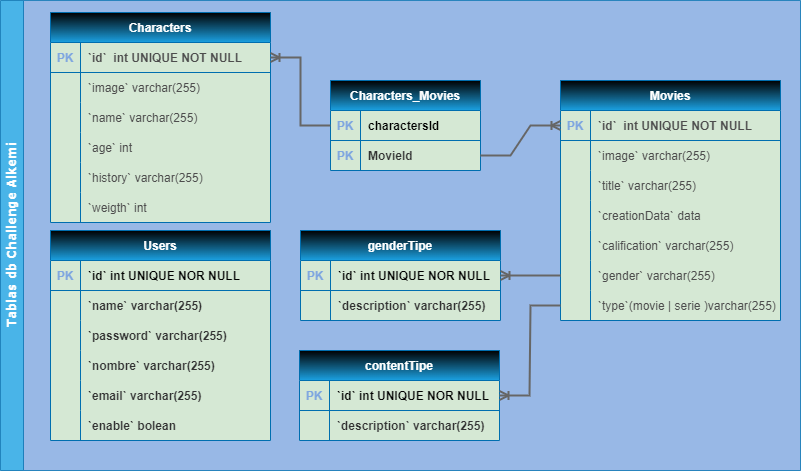
Above: db.png in alekusa/Alkemy_Challenge_NodeJs (draw.io), before the change. Source tidied: cells renumbered, new cells last; positions are measured from the earlier drawing's top-left corner, leaving out a move shared by most shapes.
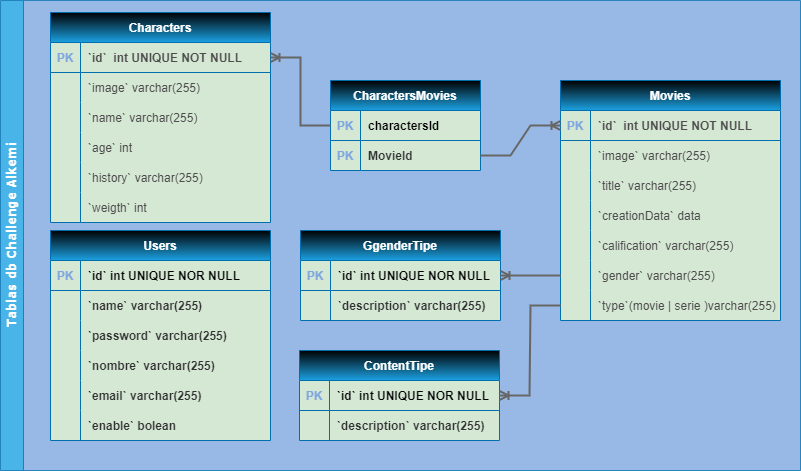
Later version of the same file.

What changed in the source:
```diff
@@ -5,7 +5,7 @@
     <mxCell id="2" value="Tablas db Challenge Alkemi" style="swimlane;horizontal=0;whiteSpace=wrap;html=1;fontFamily=Verdana;glass=0;opacity=80;fillColor=#1ba1e2;strokeColor=#006EAF;fillStyle=auto;swimlaneFillColor=#7EA6E0;startSize=23;gradientDirection=north;fontColor=#ffffff;swimlaneLine=1;" parent="1" vertex="1">
       <mxGeometry width="800" height="470" as="geometry" />
     </mxCell>
-    <mxCell id="3" value="Characters_Movies" style="shape=table;startSize=30;rowLines=0;fontStyle=1;align=center;gradientDirection=north;swimlaneFillColor=#D5E8D4;fontColor=#ffffff;fillColor=#1ba1e2;strokeColor=#006EAF;gradientColor=default;" parent="2" vertex="1">
+    <mxCell id="3" value="CharactersMovies" style="shape=table;startSize=30;rowLines=0;fontStyle=1;align=center;gradientDirection=north;swimlaneFillColor=#D5E8D4;fontColor=#ffffff;fillColor=#1ba1e2;strokeColor=#006EAF;gradientColor=default;" parent="2" vertex="1">
       <mxGeometry x="330" y="80" width="150" height="90" as="geometry" />
     </mxCell>
     <mxCell id="4" style="shape=tableRow;horizontal=0;startSize=0;swimlaneHead=0;swimlaneBody=0;fillColor=none;points=[[0,0.5],[1,0.5]];portConstraint=eastwest;strokeColor=inherit;top=0;left=0;right=0;bottom=1;fontColor=#666666;" parent="3" vertex="1">
@@ -218,7 +218,7 @@
     <mxCell id="73" value="`enable` bolean" style="shape=partialRectangle;overflow=hidden;fillColor=none;align=left;strokeColor=inherit;top=0;left=0;bottom=0;right=0;spacingLeft=6;fontColor=#333333;fontStyle=1;" parent="71" vertex="1">
       <mxGeometry x="30" width="190" height="30" as="geometry" />
     </mxCell>
-    <mxCell id="74" value="genderTipe" style="shape=table;startSize=30;rowLines=0;fontStyle=1;align=center;gradientDirection=north;swimlaneFillColor=#D5E8D4;fontColor=#ffffff;fillColor=#1ba1e2;strokeColor=#006EAF;gradientColor=default;" parent="2" vertex="1">
+    <mxCell id="74" value="GgenderTipe" style="shape=table;startSize=30;rowLines=0;fontStyle=1;align=center;gradientDirection=north;swimlaneFillColor=#D5E8D4;fontColor=#ffffff;fillColor=#1ba1e2;strokeColor=#006EAF;gradientColor=default;" parent="2" vertex="1">
       <mxGeometry x="300" y="230" width="200" height="90" as="geometry" />
     </mxCell>
     <mxCell id="75" style="shape=tableRow;horizontal=0;startSize=0;swimlaneHead=0;swimlaneBody=0;fillColor=none;points=[[0,0.5],[1,0.5]];portConstraint=eastwest;strokeColor=inherit;top=0;left=0;right=0;bottom=1;fontColor=#666666;" parent="74" vertex="1">
@@ -239,7 +239,7 @@
     <mxCell id="80" value="`description` varchar(255)" style="shape=partialRectangle;overflow=hidden;fillColor=none;align=left;strokeColor=inherit;top=0;left=0;bottom=0;right=0;spacingLeft=6;fontColor=#333333;fontStyle=1;" parent="78" vertex="1">
       <mxGeometry x="30" width="170" height="30" as="geometry" />
     </mxCell>
-    <mxCell id="81" value="contentTipe" style="shape=table;startSize=30;rowLines=0;fontStyle=1;align=center;gradientDirection=north;swimlaneFillColor=#D5E8D4;fontColor=#ffffff;fillColor=#1ba1e2;strokeColor=#006EAF;gradientColor=default;" parent="2" vertex="1">
+    <mxCell id="81" value="ContentTipe" style="shape=table;startSize=30;rowLines=0;fontStyle=1;align=center;gradientDirection=north;swimlaneFillColor=#D5E8D4;fontColor=#ffffff;fillColor=#1ba1e2;strokeColor=#006EAF;gradientColor=default;" parent="2" vertex="1">
       <mxGeometry x="299" y="350" width="200" height="90" as="geometry" />
     </mxCell>
     <mxCell id="82" style="shape=tableRow;horizontal=0;startSize=0;swimlaneHead=0;swimlaneBody=0;fillColor=none;points=[[0,0.5],[1,0.5]];portConstraint=eastwest;strokeColor=inherit;top=0;left=0;right=0;bottom=1;fontColor=#666666;" parent="81" vertex="1">
```
